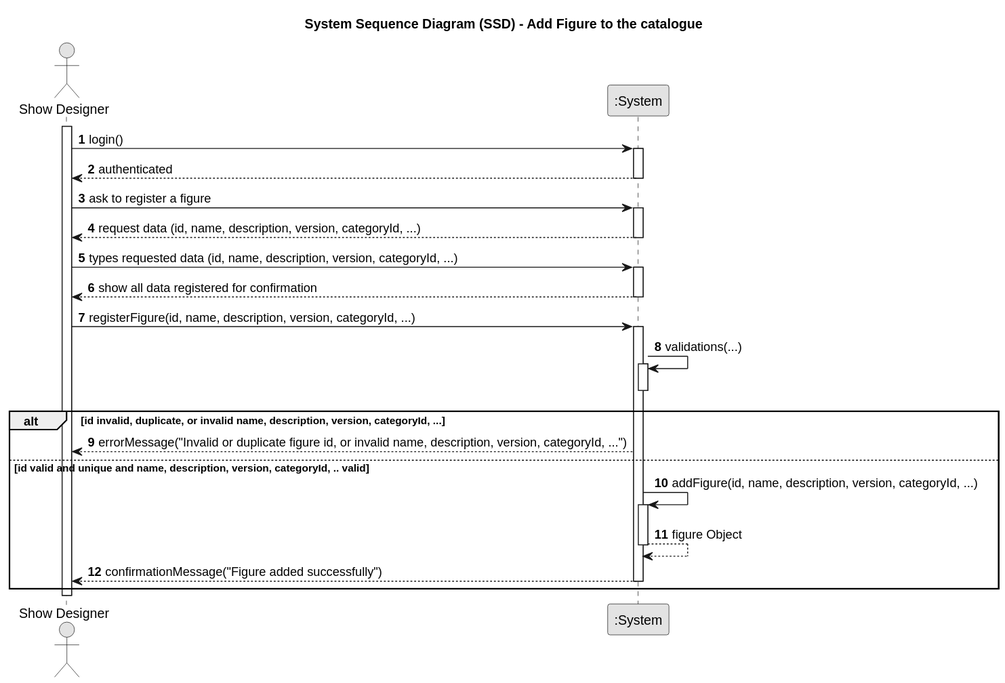
The PlantUML diagram docs/planning/sprint3/EAPLI/US340 - DSL Plugin (Paulo)/01.requirements-engineering/svg/us340-sequence-diagram.svg in SAEmanuel/Shodrone_ISEP, before a commit. Its diagram source:
```plantuml
@startuml
skinparam monochrome true
skinparam packageStyle rectangle
skinparam shadowing false

title System Sequence Diagram (SSD) - Add Figure to the catalogue

autonumber

actor "Show Designer" as SD
participant ":System" as System

activate SD

    SD -> System: login()
    activate System

    System --> SD: authenticated

    deactivate System
    SD -> System: ask to register a figure

    activate System

    System --> SD: request data (id, name, description, version, categoryId, ...)
    deactivate System
    SD -> System: types requested data (id, name, description, version, categoryId, ...)

    activate System

    System --> SD: show all data registered for confirmation
    deactivate System
    SD -> System: registerFigure(id, name, description, version, categoryId, ...)

    activate System

        System -> System: validations(...)
        activate System

        deactivate System

        alt id invalid, duplicate, or invalid name, description, version, categoryId, ...
            System --> SD: errorMessage("Invalid or duplicate figure id, or invalid name, description, version, categoryId, ...")
        else id valid and unique and name, description, version, categoryId, .. valid
            System -> System: addFigure(id, name, description, version, categoryId, ...)
            activate System
            System --> System: figure Object
            deactivate System

            System --> SD: confirmationMessage("Figure added successfully")
    deactivate System
        end



deactivate SD
@enduml
```
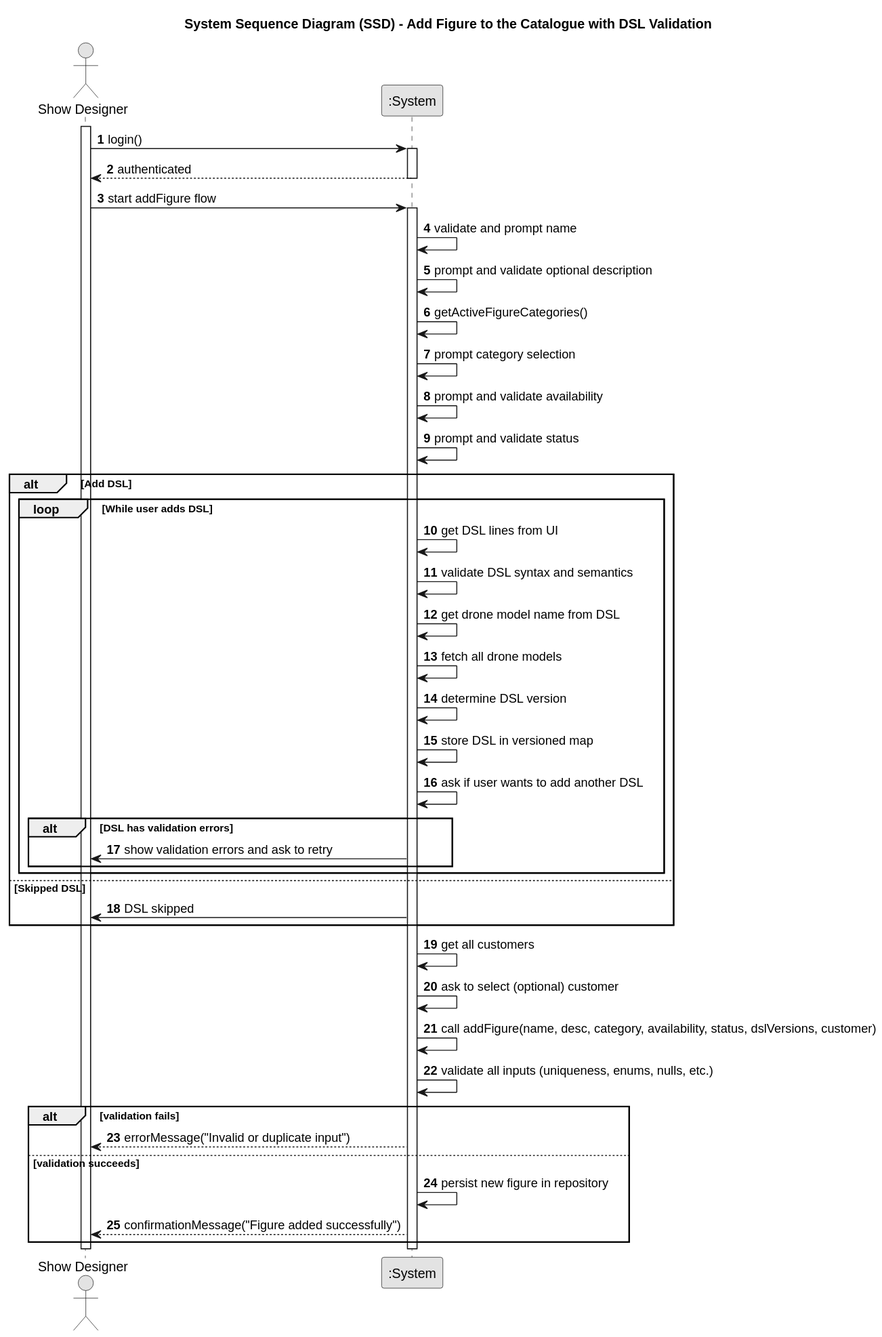
The same file after the commit.

Commit message:
Final Changes (confirmation if missing things on user stories)

The edit, as a diff of the source:
```diff
@@ -3,55 +3,66 @@
 skinparam packageStyle rectangle
 skinparam shadowing false
 
-title System Sequence Diagram (SSD) - Add Figure to the catalogue
+title System Sequence Diagram (SSD) - Add Figure to the Catalogue with DSL Validation
 
 autonumber
 
-actor "Show Designer" as SD
+actor "Show Designer" as CM
 participant ":System" as System
 
-activate SD
+activate CM
 
-    SD -> System: login()
-    activate System
+CM -> System : login()
+activate System
+System --> CM : authenticated
+deactivate System
 
-    System --> SD: authenticated
+CM -> System : start addFigure flow
+activate System
 
-    deactivate System
-    SD -> System: ask to register a figure
+System -> System : validate and prompt name
+System -> System : prompt and validate optional description
 
-    activate System
+System -> System : getActiveFigureCategories()
+System -> System : prompt category selection
 
-    System --> SD: request data (id, name, description, version, categoryId, ...)
-    deactivate System
-    SD -> System: types requested data (id, name, description, version, categoryId, ...)
+System -> System : prompt and validate availability
+System -> System : prompt and validate status
 
-    activate System
+alt Add DSL
 
-    System --> SD: show all data registered for confirmation
-    deactivate System
-    SD -> System: registerFigure(id, name, description, version, categoryId, ...)
+loop While user adds DSL
+    System -> System : get DSL lines from UI
+    System -> System : validate DSL syntax and semantics
+    System -> System : get drone model name from DSL
+    System -> System : fetch all drone models
+    System -> System : determine DSL version
+    System -> System : store DSL in versioned map
 
-    activate System
+    System -> System : ask if user wants to add another DSL
 
-        System -> System: validations(...)
-        activate System
+    alt DSL has validation errors
+        System -> CM : show validation errors and ask to retry
+    end
+end
 
-        deactivate System
+else Skipped DSL
+    System -> CM : DSL skipped
+end
 
-        alt id invalid, duplicate, or invalid name, description, version, categoryId, ...
-            System --> SD: errorMessage("Invalid or duplicate figure id, or invalid name, description, version, categoryId, ...")
-        else id valid and unique and name, description, version, categoryId, .. valid
-            System -> System: addFigure(id, name, description, version, categoryId, ...)
-            activate System
-            System --> System: figure Object
-            deactivate System
+System -> System : get all customers
+System -> System : ask to select (optional) customer
 
-            System --> SD: confirmationMessage("Figure added successfully")
-    deactivate System
-        end
+System -> System : call addFigure(name, desc, category, availability, status, dslVersions, customer)
+System -> System : validate all inputs (uniqueness, enums, nulls, etc.)
 
+alt validation fails
+    System --> CM : errorMessage("Invalid or duplicate input")
+else validation succeeds
+    System -> System : persist new figure in repository
+    System --> CM : confirmationMessage("Figure added successfully")
+end
 
-
-deactivate SD
+deactivate System
+deactivate CM
 @enduml
```
